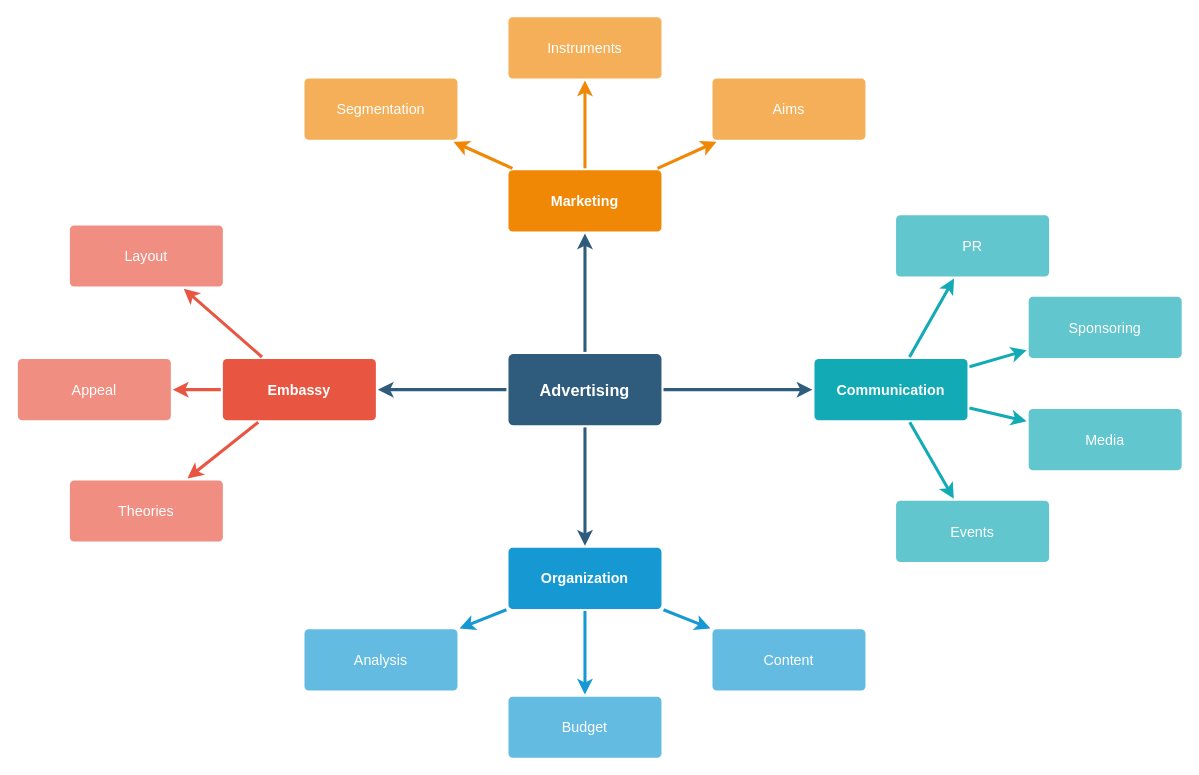
This is Диаграмма без названия.drawio from nesterukia/nexign-autotest-one, a draw.io file, before an edit. Source tidied: cells renumbered, new cells numbered last; positions are measured from the earlier drawing's top-left corner, leaving out a move shared by most shapes. Both pictures are drawn from the tidied source at 102%, with x=0, y=0 at pixel (17, 16).
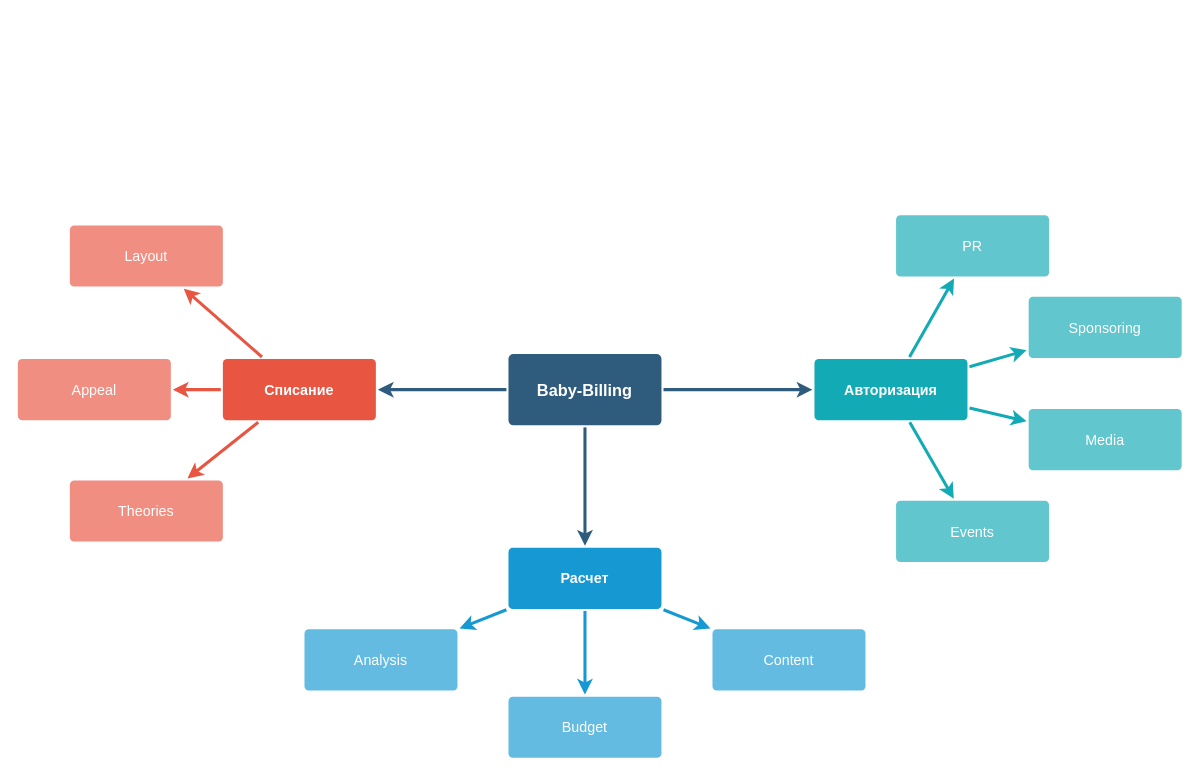
The same diagram, later.

Change to the diagram source:
```diff
@@
-    <mxCell id="2" style="edgeStyle=none;rounded=0;jumpStyle=none;html=1;shadow=0;labelBackgroundColor=none;startArrow=none;startFill=0;endArrow=classic;endFill=1;jettySize=auto;strokeColor=#2F5B7C;strokeWidth=3;fontFamily=Helvetica;fontSize=16;fontColor=#23445D;spacing=5;" parent="1" edge="1" source="6" target="21">
-      <mxGeometry relative="1" as="geometry" />
-    </mxCell>
@@
-    <mxCell id="6" value="Advertising" style="rounded=1;whiteSpace=wrap;html=1;shadow=0;labelBackgroundColor=none;strokeColor=none;strokeWidth=3;fillColor=#2F5B7C;fontFamily=Helvetica;fontSize=16;fontColor=#FFFFFF;align=center;fontStyle=1;spacing=5;arcSize=7;perimeterSpacing=2;" parent="1" vertex="1">
+    <mxCell id="6" value="Baby-Billing" style="rounded=1;whiteSpace=wrap;html=1;shadow=0;labelBackgroundColor=none;strokeColor=none;strokeWidth=3;fillColor=#2F5B7C;fontFamily=Helvetica;fontSize=16;fontColor=#FFFFFF;align=center;fontStyle=1;spacing=5;arcSize=7;perimeterSpacing=2;" parent="1" vertex="1">
       <mxGeometry x="481" y="330.5" width="150" height="70" as="geometry" />
     </mxCell>
@@
-    <mxCell id="10" value="Embassy" style="rounded=1;whiteSpace=wrap;html=1;shadow=0;labelBackgroundColor=none;strokeColor=none;strokeWidth=3;fillColor=#e85642;fontFamily=Helvetica;fontSize=14;fontColor=#FFFFFF;align=center;spacing=5;fontStyle=1;arcSize=7;perimeterSpacing=2;" parent="1" vertex="1">
+    <mxCell id="10" value="Списание" style="rounded=1;whiteSpace=wrap;html=1;shadow=0;labelBackgroundColor=none;strokeColor=none;strokeWidth=3;fillColor=#e85642;fontFamily=Helvetica;fontSize=14;fontColor=#FFFFFF;align=center;spacing=5;fontStyle=1;arcSize=7;perimeterSpacing=2;" parent="1" vertex="1">
       <mxGeometry x="201" y="335.5" width="150" height="60" as="geometry" />
     </mxCell>
@@
-    <mxCell id="17" value="Organization" style="rounded=1;whiteSpace=wrap;html=1;shadow=0;labelBackgroundColor=none;strokeColor=none;strokeWidth=3;fillColor=#1699d3;fontFamily=Helvetica;fontSize=14;fontColor=#FFFFFF;align=center;spacing=5;fontStyle=1;arcSize=7;perimeterSpacing=2;" parent="1" vertex="1">
+    <mxCell id="17" value="Расчет" style="rounded=1;whiteSpace=wrap;html=1;shadow=0;labelBackgroundColor=none;strokeColor=none;strokeWidth=3;fillColor=#1699d3;fontFamily=Helvetica;fontSize=14;fontColor=#FFFFFF;align=center;spacing=5;fontStyle=1;arcSize=7;perimeterSpacing=2;" parent="1" vertex="1">
       <mxGeometry x="481" y="520.5" width="150" height="60" as="geometry" />
     </mxCell>
@@
-    <mxCell id="21" value="Marketing" style="rounded=1;whiteSpace=wrap;html=1;shadow=0;labelBackgroundColor=none;strokeColor=none;strokeWidth=3;fillColor=#F08705;fontFamily=Helvetica;fontSize=14;fontColor=#FFFFFF;align=center;spacing=5;fontStyle=1;arcSize=7;perimeterSpacing=2;" parent="1" vertex="1">
-      <mxGeometry x="481" y="150.5" width="150" height="60" as="geometry" />
-    </mxCell>
-    <mxCell id="22" value="Aims&lt;br&gt;" style="rounded=1;whiteSpace=wrap;html=1;shadow=0;labelBackgroundColor=none;strokeColor=none;strokeWidth=3;fillColor=#f5af58;fontFamily=Helvetica;fontSize=14;fontColor=#FFFFFF;align=center;spacing=5;arcSize=7;perimeterSpacing=2;" parent="1" vertex="1">
-      <mxGeometry x="681" y="60.5" width="150" height="60" as="geometry" />
-    </mxCell>
-    <mxCell id="23" style="edgeStyle=none;rounded=0;jumpStyle=none;html=1;shadow=0;labelBackgroundColor=none;startArrow=none;startFill=0;endArrow=classic;endFill=1;jettySize=auto;strokeColor=#F08705;strokeWidth=3;fontFamily=Helvetica;fontSize=14;fontColor=#FFFFFF;spacing=5;" parent="1" edge="1" source="21" target="22">
-      <mxGeometry relative="1" as="geometry" />
-    </mxCell>
-    <mxCell id="24" value="Instruments" style="rounded=1;whiteSpace=wrap;html=1;shadow=0;labelBackgroundColor=none;strokeColor=none;strokeWidth=3;fillColor=#f5af58;fontFamily=Helvetica;fontSize=14;fontColor=#FFFFFF;align=center;spacing=5;arcSize=7;perimeterSpacing=2;" parent="1" vertex="1">
-      <mxGeometry x="481" y="0.5" width="150" height="60" as="geometry" />
-    </mxCell>
-    <mxCell id="25" style="edgeStyle=none;rounded=0;jumpStyle=none;html=1;shadow=0;labelBackgroundColor=none;startArrow=none;startFill=0;endArrow=classic;endFill=1;jettySize=auto;strokeColor=#F08705;strokeWidth=3;fontFamily=Helvetica;fontSize=14;fontColor=#FFFFFF;spacing=5;" parent="1" edge="1" source="21" target="24">
-      <mxGeometry relative="1" as="geometry" />
-    </mxCell>
-    <mxCell id="26" value="Segmentation" style="rounded=1;whiteSpace=wrap;html=1;shadow=0;labelBackgroundColor=none;strokeColor=none;strokeWidth=3;fillColor=#f5af58;fontFamily=Helvetica;fontSize=14;fontColor=#FFFFFF;align=center;spacing=5;arcSize=7;perimeterSpacing=2;" parent="1" vertex="1">
-      <mxGeometry x="281" y="60.5" width="150" height="60" as="geometry" />
-    </mxCell>
-    <mxCell id="27" style="edgeStyle=none;rounded=0;jumpStyle=none;html=1;shadow=0;labelBackgroundColor=none;startArrow=none;startFill=0;endArrow=classic;endFill=1;jettySize=auto;strokeColor=#F08705;strokeWidth=3;fontFamily=Helvetica;fontSize=14;fontColor=#FFFFFF;spacing=5;" parent="1" edge="1" source="21" target="26">
-      <mxGeometry relative="1" as="geometry" />
-    </mxCell>
-    <mxCell id="28" value="Communication" style="rounded=1;whiteSpace=wrap;html=1;shadow=0;labelBackgroundColor=none;strokeColor=none;strokeWidth=3;fillColor=#12aab5;fontFamily=Helvetica;fontSize=14;fontColor=#FFFFFF;align=center;spacing=5;fontStyle=1;arcSize=7;perimeterSpacing=2;" parent="1" vertex="1">
+    <mxCell id="28" value="Авторизация" style="rounded=1;whiteSpace=wrap;html=1;shadow=0;labelBackgroundColor=none;strokeColor=none;strokeWidth=3;fillColor=#12aab5;fontFamily=Helvetica;fontSize=14;fontColor=#FFFFFF;align=center;spacing=5;fontStyle=1;arcSize=7;perimeterSpacing=2;" parent="1" vertex="1">
       <mxGeometry x="781" y="335.5" width="150" height="60" as="geometry" />
     </mxCell>
```
